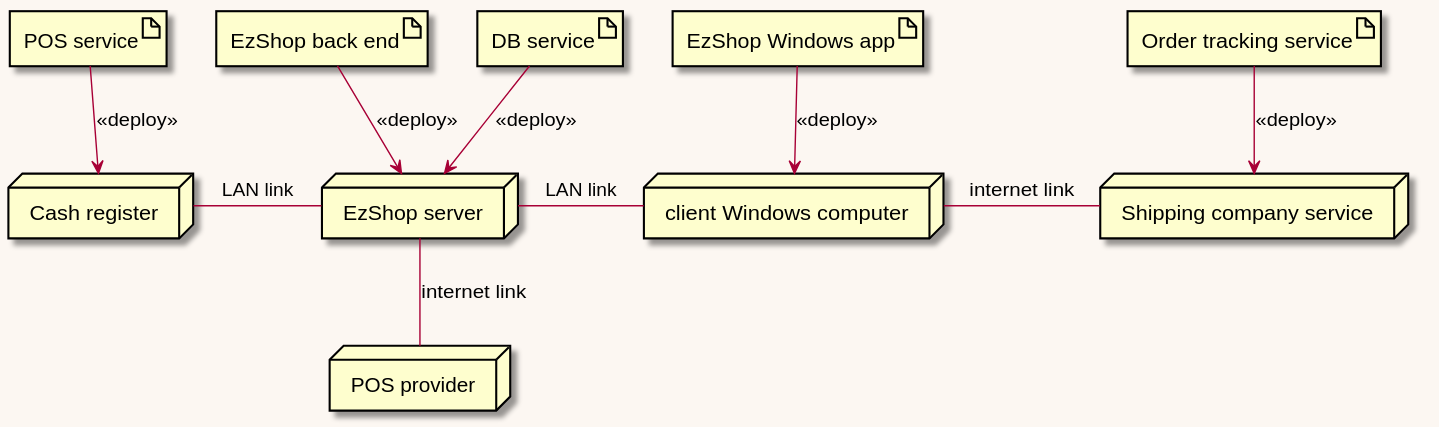
This is res/plantuml/deploymentDiagram.svg from Giuseppeclv008/Project, a PlantUML export, as it was before one commit.
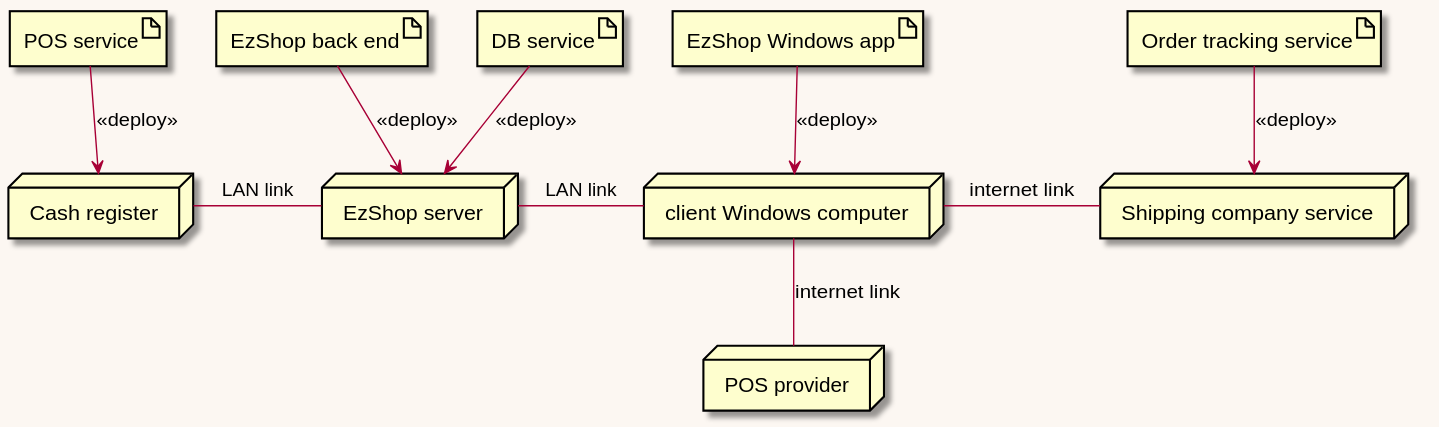
After the change.

Commit message:
fix: made diagram consistent with system design

The edit, as a diff of the source:
```diff
@@ -22,6 +22,7 @@
 
 CashRegister -r- EzShopServer : LAN link
 ClientPC -l- EzShopServer : LAN link
+
 ClientPC -r- ShippingService : internet link
-EzShopServer -- pos: internet link
+ClientPC -- pos: internet link
 @enduml
```
